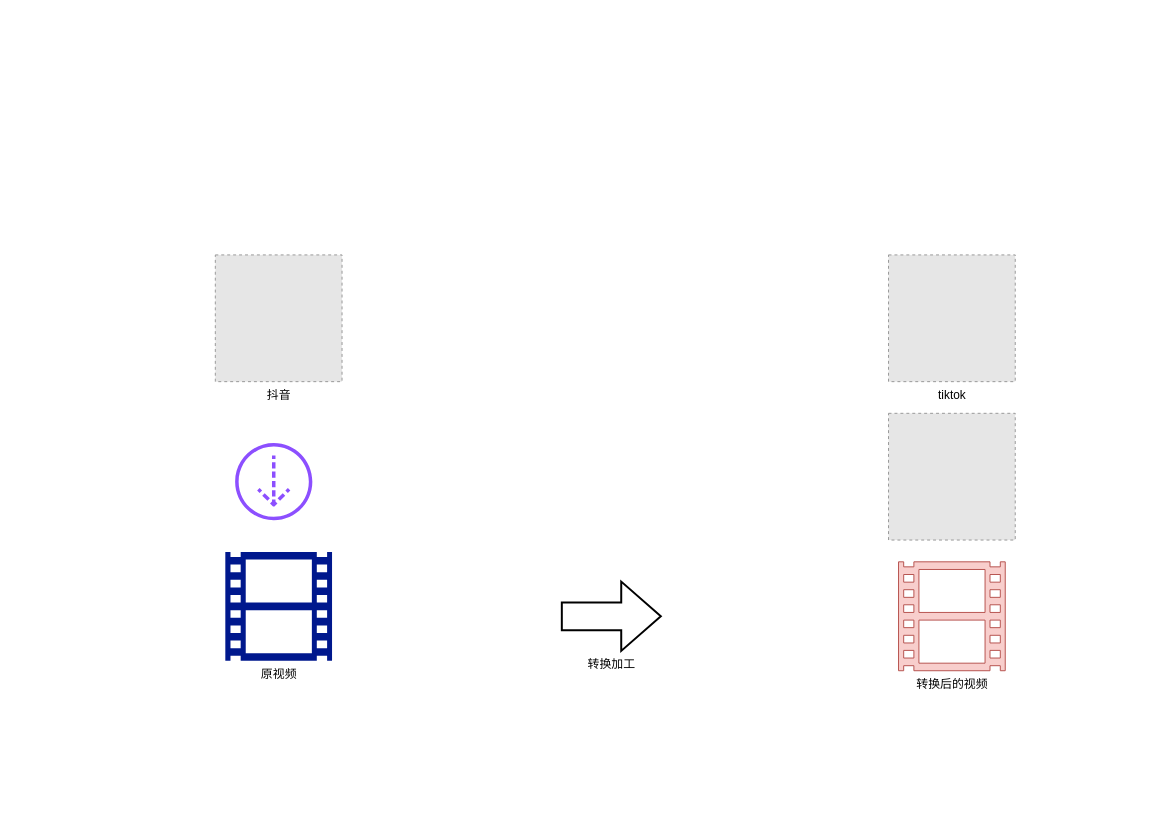
Amos-Pan-lei/diagram-repo keeps this draw.io diagram as 搬运.drawio. Above is the earlier version. Source tidied: cells renumbered, new cells numbered last; positions are measured from the earlier drawing's top-left corner, leaving out a move shared by most shapes. Both pictures are drawn from the tidied source at 99%, with x=0, y=0 at pixel (215, 254). Pictures stored in the file or linked from it are replaced by grey dashed boxes.
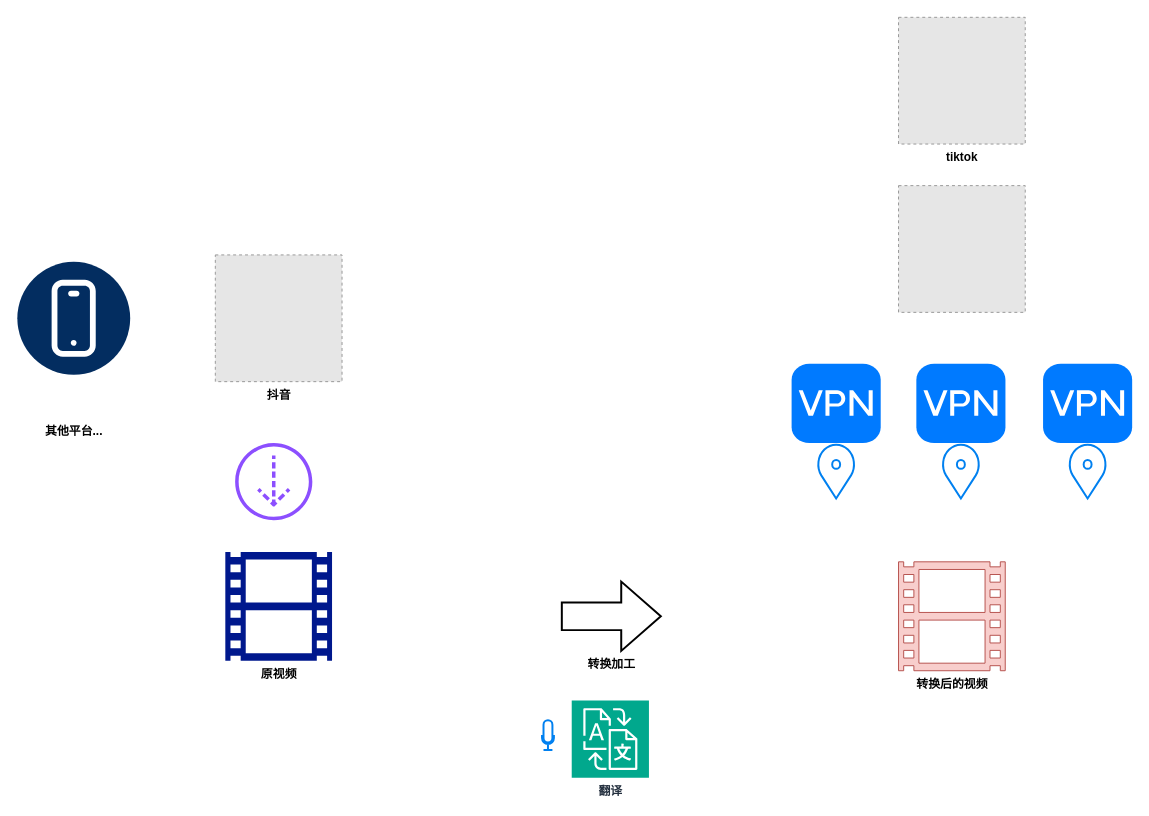
Above is the later version.

Diff of the diagram source:
```diff
@@
 <mxGraphModel>
   <root>
     <mxCell id="0" />
     <mxCell id="1" parent="0" />
-    <mxCell id="2" value="tiktok" style="fillColor=#E6E6E6;strokeColor=#999999;dashed=1;html=1;verticalAlign=top;verticalLabelPosition=bottom;labelBackgroundColor=#ffffff;" parent="1" vertex="1">
-      <mxGeometry x="680" width="128" height="128" as="geometry" />
+    <mxCell id="2" value="tiktok" style="fillColor=#E6E6E6;strokeColor=#999999;dashed=1;html=1;verticalAlign=top;verticalLabelPosition=bottom;labelBackgroundColor=#ffffff;fontStyle=1;" parent="1" vertex="1">
+      <mxGeometry x="690.1" y="-240" width="128" height="128" as="geometry" />
     </mxCell>
-    <mxCell id="3" value="抖音" style="fillColor=#E6E6E6;strokeColor=#999999;dashed=1;html=1;verticalAlign=top;verticalLabelPosition=bottom;labelBackgroundColor=#ffffff;" parent="1" vertex="1">
+    <mxCell id="3" value="抖音" style="fillColor=#E6E6E6;strokeColor=#999999;dashed=1;html=1;verticalAlign=top;verticalLabelPosition=bottom;labelBackgroundColor=#ffffff;fontStyle=1;" parent="1" vertex="1">
       <mxGeometry width="128" height="128" as="geometry" />
     </mxCell>
-    <mxCell id="4" style="sketch=0;fontColor=#232F3E;gradientColor=none;fillColor=#8C4FFF;strokeColor=none;dashed=0;verticalLabelPosition=bottom;verticalAlign=top;align=center;html=1;fontSize=12;fontStyle=0;shape=mxgraph.aws4.download_distribution;" parent="1" vertex="1">
+    <mxCell id="4" style="sketch=0;fontColor=#232F3E;gradientColor=none;fillColor=#8C4FFF;strokeColor=none;dashed=0;verticalLabelPosition=bottom;verticalAlign=top;align=center;html=1;fontSize=12;fontStyle=1;shape=mxgraph.aws4.download_distribution;" parent="1" vertex="1">
       <mxGeometry x="20" y="190" width="78" height="78" as="geometry" />
     </mxCell>
-    <mxCell id="5" value="原视频" style="sketch=0;shadow=0;dashed=0;html=1;strokeColor=none;labelPosition=center;verticalLabelPosition=bottom;verticalAlign=top;align=center;fillColor=#00188D;shape=mxgraph.mscae.general.video;" parent="1" vertex="1">
+    <mxCell id="5" value="原视频" style="sketch=0;shadow=0;dashed=0;html=1;strokeColor=none;labelPosition=center;verticalLabelPosition=bottom;verticalAlign=top;align=center;fillColor=#00188D;shape=mxgraph.mscae.general.video;fontStyle=1;" parent="1" vertex="1">
       <mxGeometry x="10.1" y="300" width="107.8" height="110" as="geometry" />
     </mxCell>
-    <mxCell id="6" value="转换加工" style="verticalLabelPosition=bottom;verticalAlign=top;html=1;strokeWidth=2;shape=mxgraph.arrows2.arrow;dy=0.6;dx=40;notch=0;" parent="1" vertex="1">
+    <mxCell id="6" value="转换加工" style="verticalLabelPosition=bottom;verticalAlign=top;html=1;strokeWidth=2;shape=mxgraph.arrows2.arrow;dy=0.6;dx=40;notch=0;fontStyle=1;" parent="1" vertex="1">
       <mxGeometry x="350" y="330" width="100" height="70" as="geometry" />
     </mxCell>
-    <mxCell id="7" value="转换后的视频" style="sketch=0;shadow=0;dashed=0;html=1;strokeColor=#b85450;labelPosition=center;verticalLabelPosition=bottom;verticalAlign=top;align=center;fillColor=#f8cecc;shape=mxgraph.mscae.general.video;" parent="1" vertex="1">
+    <mxCell id="7" value="转换后的视频" style="sketch=0;shadow=0;dashed=0;html=1;strokeColor=#b85450;labelPosition=center;verticalLabelPosition=bottom;verticalAlign=top;align=center;fillColor=#f8cecc;shape=mxgraph.mscae.general.video;fontStyle=1;" parent="1" vertex="1">
       <mxGeometry x="690.1" y="310" width="107.8" height="110" as="geometry" />
     </mxCell>
-    <mxCell id="8" style="fillColor=#E6E6E6;strokeColor=#999999;dashed=1;html=1;verticalAlign=top;verticalLabelPosition=bottom;labelBackgroundColor=#ffffff;" parent="1" vertex="1">
-      <mxGeometry x="680" y="160" width="128" height="128" as="geometry" />
+    <mxCell id="8" style="fillColor=#E6E6E6;strokeColor=#999999;dashed=1;html=1;verticalAlign=top;verticalLabelPosition=bottom;labelBackgroundColor=#ffffff;fontStyle=1;" parent="1" vertex="1">
+      <mxGeometry x="690.1" y="-70" width="128" height="128" as="geometry" />
     </mxCell>
+    <mxCell id="9" style="html=1;strokeWidth=1;shadow=0;dashed=0;shape=mxgraph.ios7.misc.vpn;fillColor=#007AFF;strokeColor=none;buttonText=;strokeColor2=#222222;fontColor=#222222;fontSize=8;verticalLabelPosition=bottom;verticalAlign=top;align=center;sketch=0;fontStyle=1;" parent="1" vertex="1">
+      <mxGeometry x="582.1" y="110" width="90" height="80" as="geometry" />
+    </mxCell>
+    <mxCell id="10" style="html=1;verticalLabelPosition=bottom;align=center;labelBackgroundColor=#ffffff;verticalAlign=top;strokeWidth=2;strokeColor=#0080F0;shadow=0;dashed=0;shape=mxgraph.ios7.icons.location;fontStyle=1;" parent="1" vertex="1">
+      <mxGeometry x="607.1" y="190" width="40" height="56" as="geometry" />
+    </mxCell>
+    <mxCell id="11" style="html=1;strokeWidth=1;shadow=0;dashed=0;shape=mxgraph.ios7.misc.vpn;fillColor=#007AFF;strokeColor=none;buttonText=;strokeColor2=#222222;fontColor=#222222;fontSize=8;verticalLabelPosition=bottom;verticalAlign=top;align=center;sketch=0;fontStyle=1;" parent="1" vertex="1">
+      <mxGeometry x="708.1" y="110" width="90" height="80" as="geometry" />
+    </mxCell>
+    <mxCell id="12" style="html=1;verticalLabelPosition=bottom;align=center;labelBackgroundColor=#ffffff;verticalAlign=top;strokeWidth=2;strokeColor=#0080F0;shadow=0;dashed=0;shape=mxgraph.ios7.icons.location;fontStyle=1;" parent="1" vertex="1">
+      <mxGeometry x="733.1" y="190" width="40" height="56" as="geometry" />
+    </mxCell>
+    <mxCell id="13" style="html=1;strokeWidth=1;shadow=0;dashed=0;shape=mxgraph.ios7.misc.vpn;fillColor=#007AFF;strokeColor=none;buttonText=;strokeColor2=#222222;fontColor=#222222;fontSize=8;verticalLabelPosition=bottom;verticalAlign=top;align=center;sketch=0;fontStyle=1;" parent="1" vertex="1">
+      <mxGeometry x="836.1" y="110" width="90" height="80" as="geometry" />
+    </mxCell>
+    <mxCell id="14" style="html=1;verticalLabelPosition=bottom;align=center;labelBackgroundColor=#ffffff;verticalAlign=top;strokeWidth=2;strokeColor=#0080F0;shadow=0;dashed=0;shape=mxgraph.ios7.icons.location;fontStyle=1;" parent="1" vertex="1">
+      <mxGeometry x="861.1" y="190" width="40" height="56" as="geometry" />
+    </mxCell>
+    <mxCell id="15" style="html=1;verticalLabelPosition=bottom;align=center;labelBackgroundColor=#ffffff;verticalAlign=top;strokeWidth=2;strokeColor=#0080F0;shadow=0;dashed=0;shape=mxgraph.ios7.icons.microphone;fontStyle=1;" parent="1" vertex="1">
+      <mxGeometry x="330" y="470" width="12" height="30" as="geometry" />
+    </mxCell>
+    <mxCell id="16" value="翻译" style="sketch=0;fontColor=#232F3E;fillColor=#01A88D;strokeColor=#ffffff;dashed=0;verticalLabelPosition=bottom;verticalAlign=top;align=center;html=1;fontSize=12;fontStyle=1;shape=mxgraph.aws4.resourceIcon;resIcon=mxgraph.aws4.translate;" parent="1" vertex="1">
+      <mxGeometry x="360" y="450" width="78" height="78" as="geometry" />
+    </mxCell>
+    <mxCell id="17" value="其他平台..." style="verticalLabelPosition=bottom;html=1;shape=mxgraph.salesforce.apps2;fontStyle=1;" parent="1" vertex="1">
+      <mxGeometry x="-200" y="7" width="114" height="114" as="geometry" />
+    </mxCell>
   </root>
 </mxGraphModel>
```
